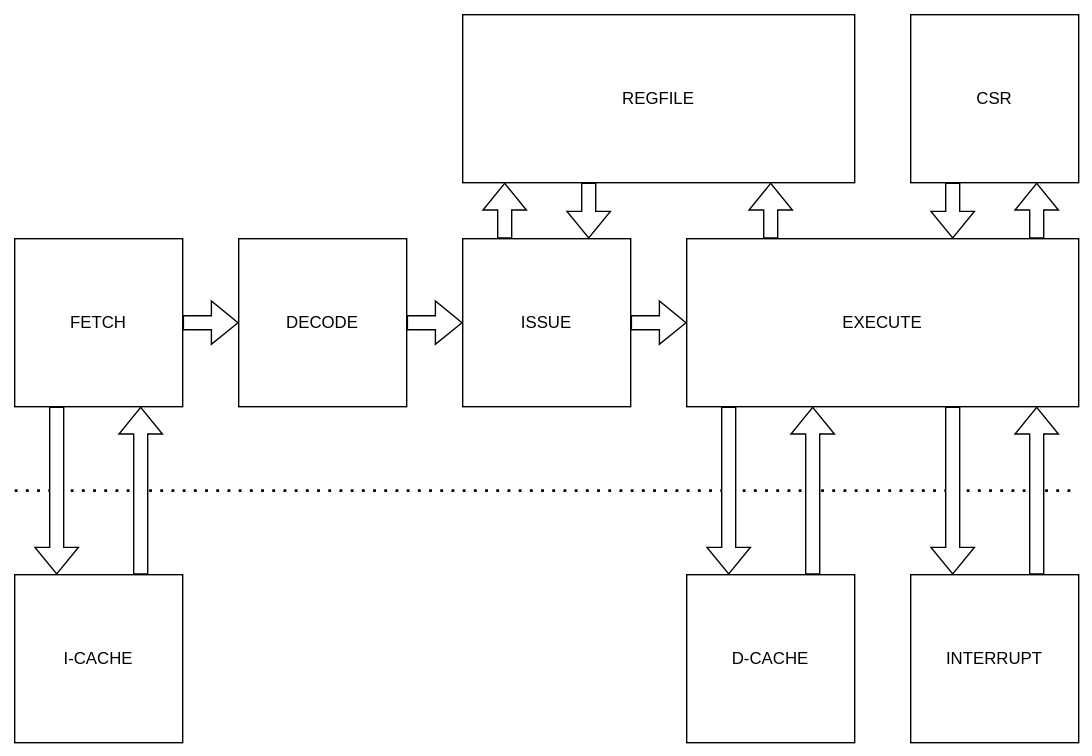
Before: document/march.svg, a diagram exported from draw.io (tahmeedKENJI/rv64g-core-experiment-tahmeed). Source tidied: cells renumbered, new cells last; positions are measured from the earlier drawing's top-left corner, leaving out a move shared by most shapes.
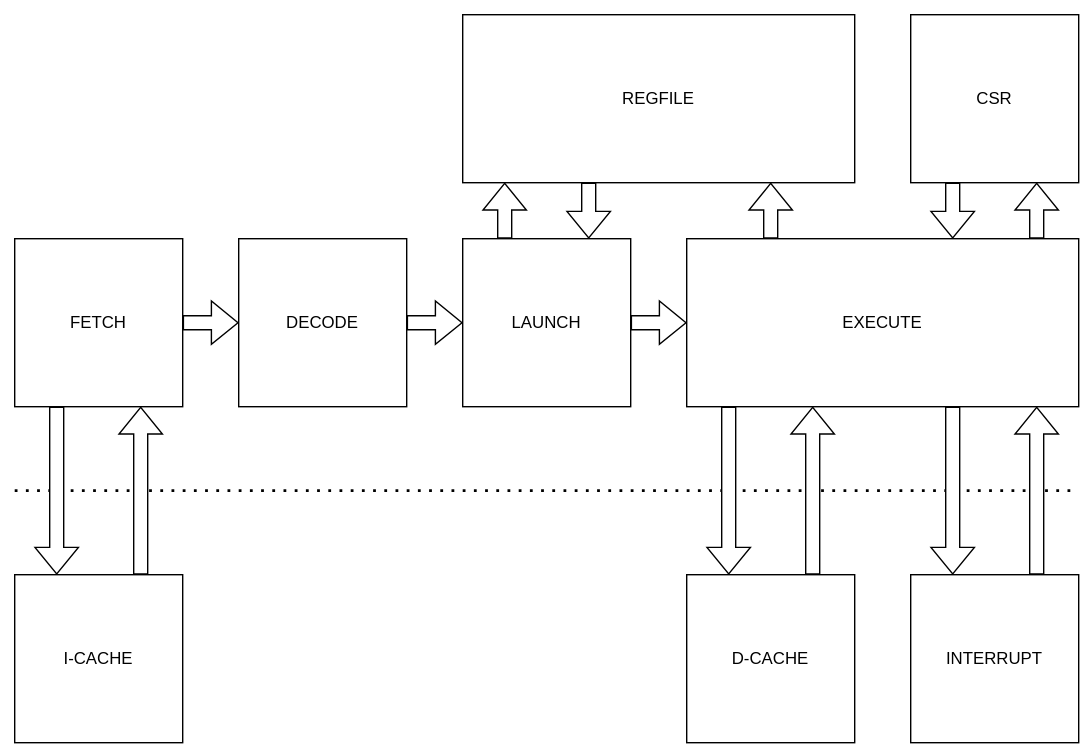
Later version of the same file.

The edit, as a diff of the source:
```diff
@@ -20,7 +20,7 @@
     <mxCell id="6" style="shape=flexArrow;endArrow=classic;html=1;rounded=0;fillColor=default;" parent="1" edge="1" source="4" target="5">
       <mxGeometry relative="1" as="geometry" />
     </mxCell>
-    <mxCell id="7" value="ISSUE" style="rounded=0;whiteSpace=wrap;html=1;" parent="1" vertex="1">
+    <mxCell id="7" value="LAUNCH" style="rounded=0;whiteSpace=wrap;html=1;" parent="1" vertex="1">
       <mxGeometry x="330" y="170" width="120" height="120" as="geometry" />
     </mxCell>
     <mxCell id="8" value="EXECUTE" style="rounded=0;whiteSpace=wrap;html=1;" parent="1" vertex="1">
```
